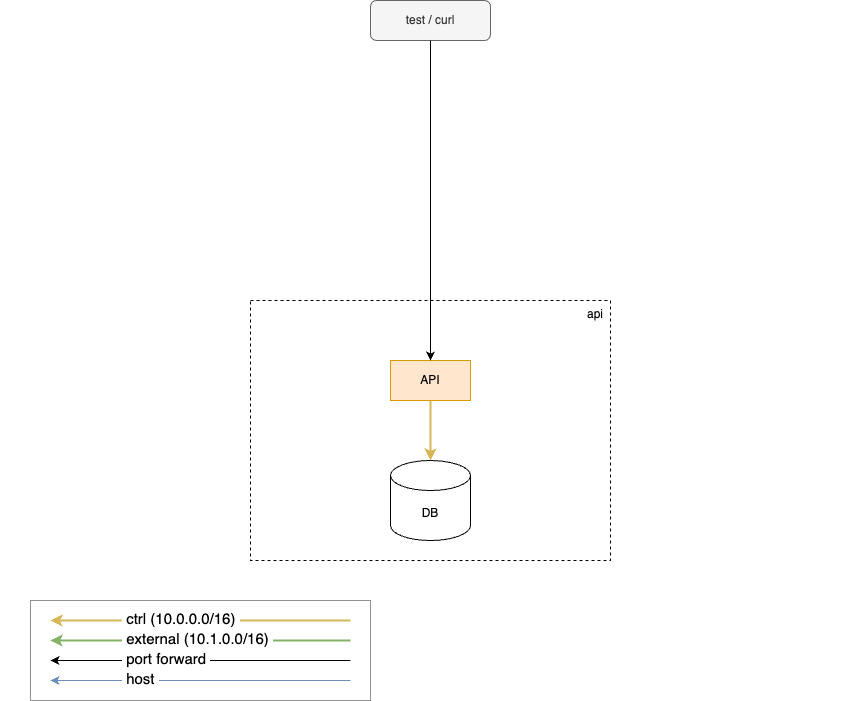
Above: docs/presentations/source/demo-composition-direct.png in kanaka/data-defined-systems (draw.io), before the change. Source tidied: cells renumbered, new cells last; positions are measured from the earlier drawing's top-left corner, leaving out a move shared by most shapes.
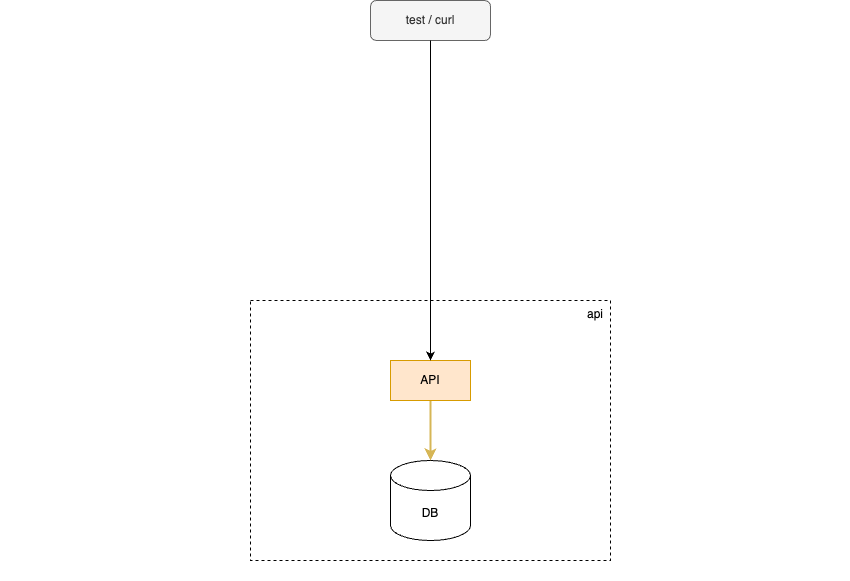
Above is the later version.

Diff of the diagram source:
```diff
@@ -5,58 +5,11 @@
     <mxCell id="2" style="rounded=0;whiteSpace=wrap;html=1;fillColor=none;strokeColor=none;" parent="1" vertex="1">
       <mxGeometry width="850" height="580" as="geometry" />
     </mxCell>
-    <mxCell id="3" value="Legend" parent="0" />
-    <mxCell id="4" style="rounded=0;whiteSpace=wrap;html=1;strokeColor=#919191;" parent="3" vertex="1">
-      <mxGeometry x="30" y="600" width="340" height="100" as="geometry" />
-    </mxCell>
-    <mxCell id="5" style="rounded=0;orthogonalLoop=1;jettySize=auto;html=1;endArrow=classic;endFill=1;startArrow=none;startFill=0;strokeWidth=2;fillColor=#fff2cc;strokeColor=#d6b656;" parent="3" edge="1">
-      <mxGeometry relative="1" as="geometry">
-        <mxPoint x="350" y="620" as="sourcePoint" />
-        <mxPoint x="50" y="620" as="targetPoint" />
-      </mxGeometry>
-    </mxCell>
-    <mxCell id="6" value="&lt;font style=&quot;font-size: 15px;&quot;&gt;&amp;nbsp;ctrl (10.0.0.0/16)&amp;nbsp;&lt;/font&gt;" style="edgeLabel;html=1;align=left;verticalAlign=middle;" parent="5" vertex="1">
-      <mxGeometry x="-0.28" y="-3" relative="1" as="geometry">
-        <mxPoint x="-122" as="offset" />
-      </mxGeometry>
-    </mxCell>
-    <mxCell id="7" style="rounded=0;orthogonalLoop=1;jettySize=auto;html=1;endArrow=classic;endFill=1;startArrow=none;startFill=0;strokeWidth=2;fillColor=#d5e8d4;strokeColor=#82b366;" parent="3" edge="1">
-      <mxGeometry relative="1" as="geometry">
-        <mxPoint x="350" y="640" as="sourcePoint" />
-        <mxPoint x="50" y="640" as="targetPoint" />
-      </mxGeometry>
-    </mxCell>
-    <mxCell id="8" value="&lt;font style=&quot;font-size: 15px;&quot;&gt;&amp;nbsp;external (10.1.0.0/16)&amp;nbsp;&lt;/font&gt;" style="edgeLabel;html=1;align=left;verticalAlign=middle;" parent="7" vertex="1">
-      <mxGeometry x="-0.28" y="-3" relative="1" as="geometry">
-        <mxPoint x="-122" as="offset" />
-      </mxGeometry>
-    </mxCell>
-    <mxCell id="9" style="rounded=0;orthogonalLoop=1;jettySize=auto;html=1;endArrow=classic;endFill=1;startArrow=none;startFill=0;strokeWidth=1;fillColor=#d5e8d4;strokeColor=#000000;" parent="3" edge="1">
-      <mxGeometry relative="1" as="geometry">
-        <mxPoint x="350" y="660" as="sourcePoint" />
-        <mxPoint x="50" y="660" as="targetPoint" />
-      </mxGeometry>
-    </mxCell>
-    <mxCell id="10" value="&lt;font style=&quot;font-size: 15px;&quot;&gt;&amp;nbsp;port forward&amp;nbsp;&lt;/font&gt;" style="edgeLabel;html=1;align=left;verticalAlign=middle;" parent="9" vertex="1">
-      <mxGeometry x="-0.28" y="-3" relative="1" as="geometry">
-        <mxPoint x="-122" as="offset" />
-      </mxGeometry>
-    </mxCell>
-    <mxCell id="11" style="rounded=0;orthogonalLoop=1;jettySize=auto;html=1;endArrow=classic;endFill=1;startArrow=none;startFill=0;strokeWidth=1;fillColor=#dae8fc;strokeColor=#6c8ebf;" parent="3" edge="1">
-      <mxGeometry relative="1" as="geometry">
-        <mxPoint x="350" y="680" as="sourcePoint" />
-        <mxPoint x="50" y="680" as="targetPoint" />
-      </mxGeometry>
-    </mxCell>
-    <mxCell id="12" value="&lt;font style=&quot;font-size: 15px;&quot;&gt;&amp;nbsp;host&amp;nbsp;&lt;/font&gt;" style="edgeLabel;html=1;align=left;verticalAlign=middle;" parent="11" vertex="1">
-      <mxGeometry x="-0.28" y="-3" relative="1" as="geometry">
-        <mxPoint x="-122" as="offset" />
-      </mxGeometry>
-    </mxCell>
+    <mxCell id="22" value="api box" parent="0" />
+    <mxCell id="14" value="api" style="rounded=0;whiteSpace=wrap;html=1;align=right;verticalAlign=top;spacingRight=5;dashed=1;" parent="22" vertex="1">
+      <mxGeometry x="250" y="300" width="360" height="260" as="geometry" />
+    </mxCell>
     <mxCell id="13" value="api" parent="0" />
-    <mxCell id="14" value="api" style="rounded=0;whiteSpace=wrap;html=1;align=right;verticalAlign=top;spacingRight=5;dashed=1;" parent="13" vertex="1">
-      <mxGeometry x="250" y="300" width="360" height="260" as="geometry" />
-    </mxCell>
     <mxCell id="15" value="DB" style="shape=cylinder3;whiteSpace=wrap;html=1;boundedLbl=1;backgroundOutline=1;size=15;" parent="13" vertex="1">
       <mxGeometry x="390" y="460" width="80" height="80" as="geometry" />
     </mxCell>
```
